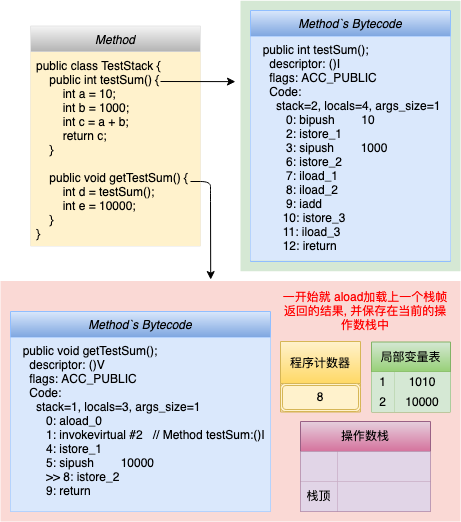
ShawnJoen/draw-picture keeps this draw.io diagram as 虚拟机栈-栈帧-局部变量-操作数栈-代码跟踪(字节码)04.png. Above is the earlier version. Source tidied: cells renumbered, new cells last; positions are measured from the earlier drawing's top-left corner, leaving out a move shared by most shapes.
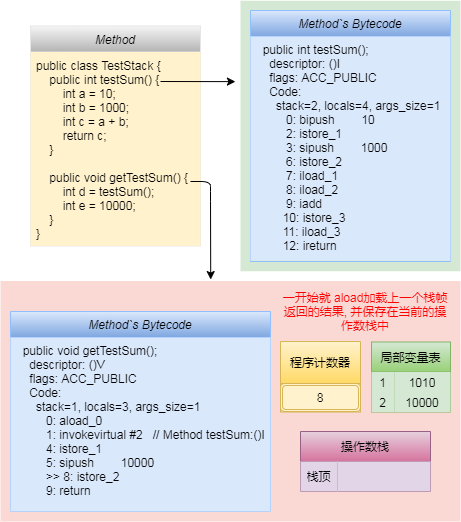
Later version of the same file.

Commit message:
Update 虚拟机栈-栈帧-局部变量-操作数栈-代码跟踪(字节码)04.png

The edit, as a diff of the source:
```diff
@@ -58,20 +58,24 @@
     <mxCell id="19" value="10000" style="shape=partialRectangle;html=1;whiteSpace=wrap;fillColor=#d5e8d4;top=0;left=0;bottom=0;right=0;overflow=hidden;strokeColor=#82b366;" parent="17" vertex="1">
       <mxGeometry x="23" width="56" height="20" as="geometry" />
     </mxCell>
+    <mxCell id="27" value="一开始就 aload加载上一个栈帧返回的结果, 并保存在当前的操作数栈中" style="text;html=1;strokeColor=none;fillColor=none;align=center;verticalAlign=middle;whiteSpace=wrap;rounded=0;fontColor=#FF0000;" parent="1" vertex="1">
+      <mxGeometry x="280" y="280.5" width="170" height="60" as="geometry" />
+    </mxCell>
+    <mxCell id="28" style="endArrow=classic;html=1;fontColor=#FF0000;entryX=0.457;entryY=-0.006;entryDx=0;entryDy=0;entryPerimeter=0;" parent="1" edge="1" target="2">
+      <mxGeometry relative="1" as="geometry">
+        <mxPoint x="190" y="181" as="sourcePoint" />
+        <Array as="points">
+          <mxPoint x="190" y="181" />
+          <mxPoint x="210" y="181" />
+          <mxPoint x="210" y="191" />
+        </Array>
+      </mxGeometry>
+    </mxCell>
     <mxCell id="20" value="操作数栈" style="shape=table;html=1;whiteSpace=wrap;startSize=30;fontStyle=0;align=center;verticalAlign=middle;fillColor=#e6d0de;strokeColor=#996185;gradientColor=#d5739d;" parent="1" vertex="1">
-      <mxGeometry x="300" y="421" width="130" height="90" as="geometry" />
+      <mxGeometry x="300" y="431" width="130" height="60" as="geometry" />
     </mxCell>
-    <mxCell id="21" style="shape=partialRectangle;html=1;whiteSpace=wrap;fillColor=none;top=0;left=0;bottom=0;right=0;" parent="20" vertex="1">
-      <mxGeometry y="30" width="130" height="30" as="geometry" />
-    </mxCell>
-    <mxCell id="22" style="shape=partialRectangle;html=1;whiteSpace=wrap;fillColor=#e1d5e7;top=0;left=0;bottom=0;right=0;overflow=hidden;strokeColor=#9673a6;" parent="21" vertex="1">
-      <mxGeometry width="37" height="30" as="geometry" />
-    </mxCell>
-    <mxCell id="23" style="shape=partialRectangle;html=1;whiteSpace=wrap;fillColor=#e1d5e7;top=0;left=0;bottom=0;right=0;overflow=hidden;strokeColor=#9673a6;" parent="21" vertex="1">
-      <mxGeometry x="37" width="93" height="30" as="geometry" />
-    </mxCell>
     <mxCell id="24" style="shape=partialRectangle;html=1;whiteSpace=wrap;fillColor=none;top=0;left=0;bottom=0;right=0;" parent="20" vertex="1">
-      <mxGeometry y="60" width="130" height="30" as="geometry" />
+      <mxGeometry y="30" width="130" height="30" as="geometry" />
     </mxCell>
     <mxCell id="25" value="栈顶" style="shape=partialRectangle;html=1;whiteSpace=wrap;fillColor=#e1d5e7;top=0;left=0;bottom=0;right=0;overflow=hidden;verticalAlign=middle;strokeColor=#9673a6;" parent="24" vertex="1">
       <mxGeometry width="37" height="30" as="geometry" />
@@ -79,18 +83,5 @@
     <mxCell id="26" style="shape=partialRectangle;html=1;whiteSpace=wrap;fillColor=#e1d5e7;top=0;left=0;bottom=0;right=0;overflow=hidden;strokeColor=#9673a6;" parent="24" vertex="1">
       <mxGeometry x="37" width="93" height="30" as="geometry" />
     </mxCell>
-    <mxCell id="27" value="一开始就 aload加载上一个栈帧返回的结果, 并保存在当前的操作数栈中" style="text;html=1;strokeColor=none;fillColor=none;align=center;verticalAlign=middle;whiteSpace=wrap;rounded=0;fontColor=#FF0000;" parent="1" vertex="1">
-      <mxGeometry x="280" y="280.5" width="170" height="60" as="geometry" />
-    </mxCell>
-    <mxCell id="28" style="endArrow=classic;html=1;fontColor=#FF0000;entryX=0.457;entryY=-0.006;entryDx=0;entryDy=0;entryPerimeter=0;" parent="1" edge="1" target="2">
-      <mxGeometry relative="1" as="geometry">
-        <mxPoint x="190" y="181" as="sourcePoint" />
-        <Array as="points">
-          <mxPoint x="190" y="181" />
-          <mxPoint x="210" y="181" />
-          <mxPoint x="210" y="191" />
-        </Array>
-      </mxGeometry>
-    </mxCell>
   </root>
 </mxGraphModel>
```
